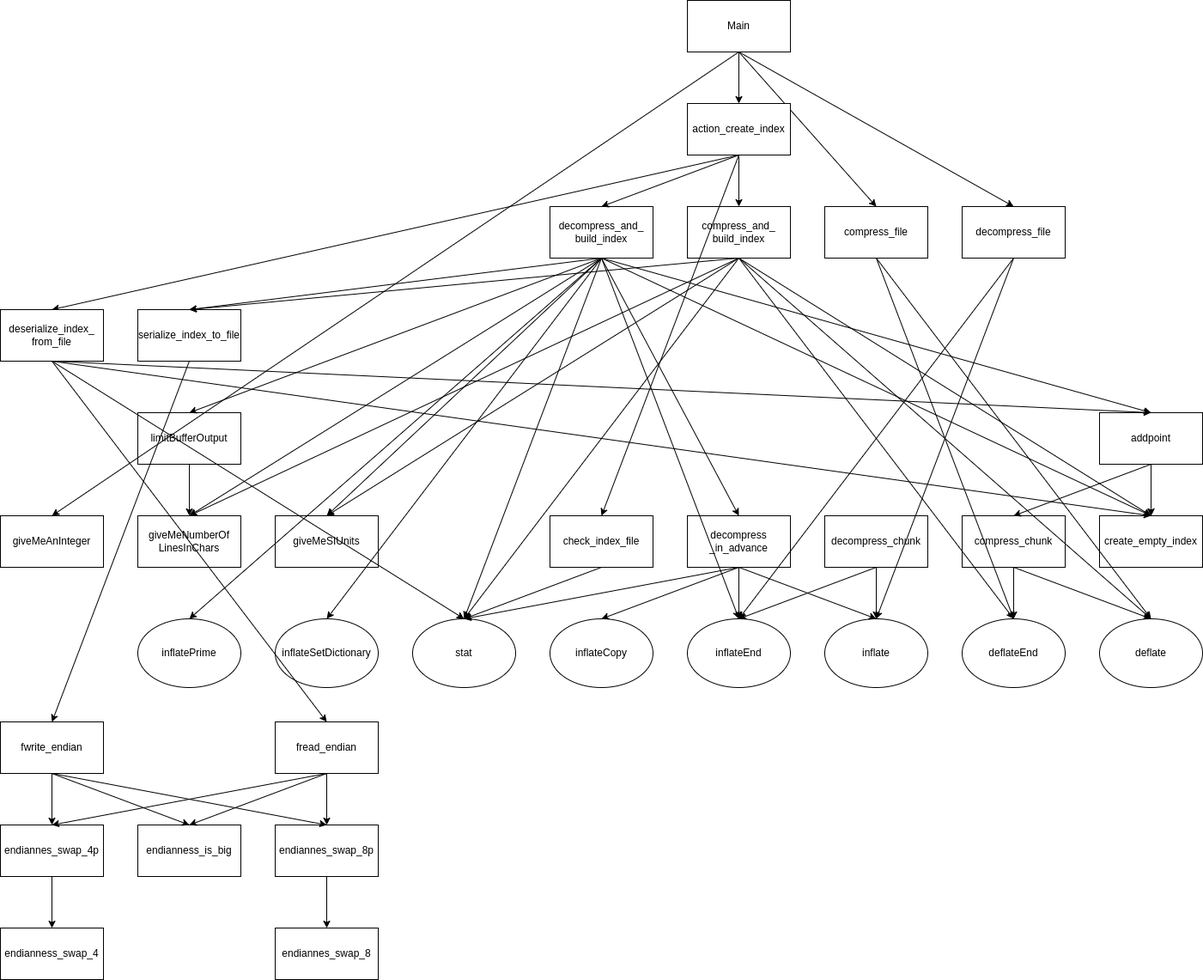
Above: program flow.drawio.png in Quantumzhao/ParallelParsing (draw.io), before the change. Source tidied: cells renumbered, new cells last; positions are measured from the earlier drawing's top-left corner, leaving out a move shared by most shapes.
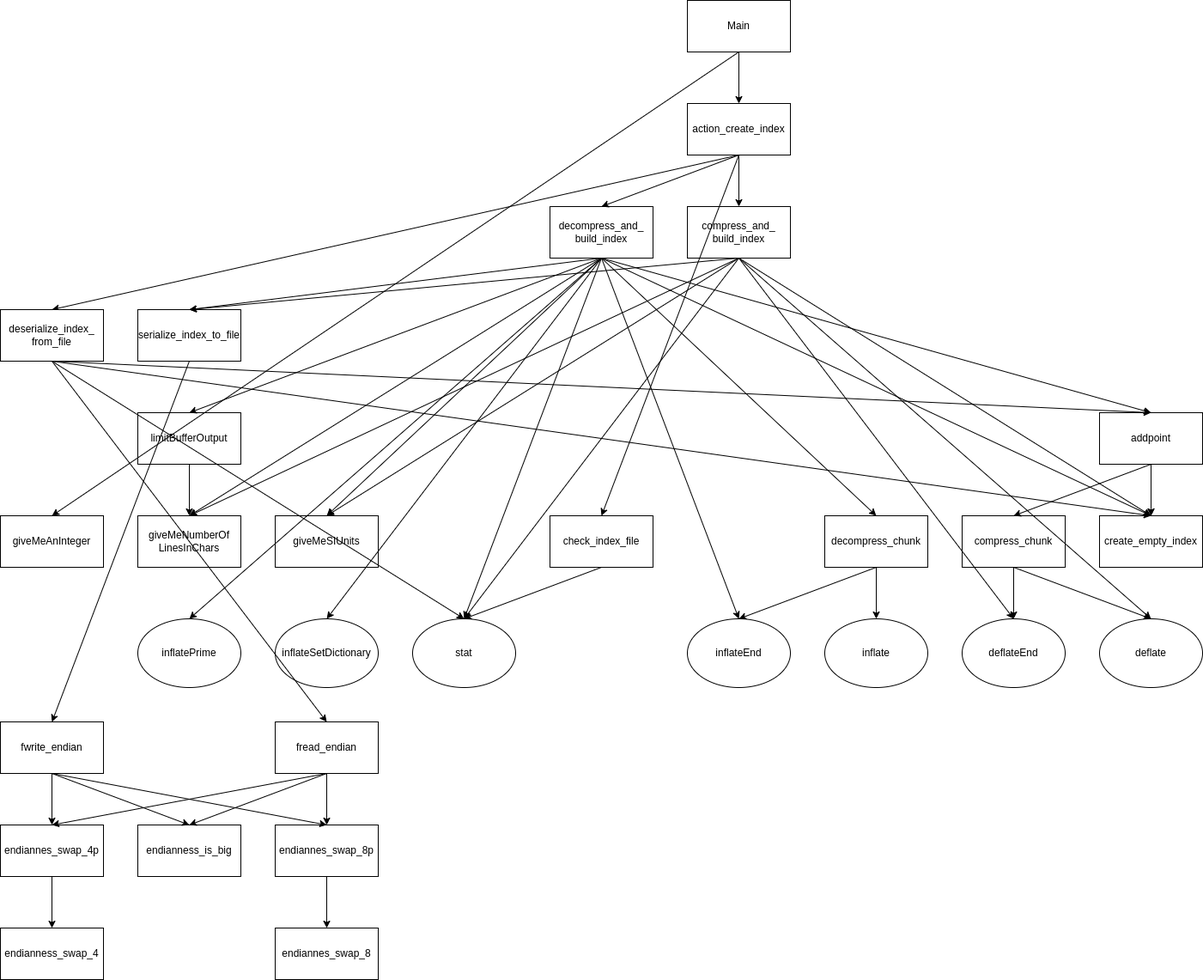
The same diagram one commit later.

What changed in the source:
```diff
@@ -5,24 +5,9 @@
     <mxCell id="2" value="limitBufferOutput" style="rounded=0;whiteSpace=wrap;html=1;" parent="1" vertex="1">
       <mxGeometry x="160" y="480" width="120" height="60" as="geometry" />
     </mxCell>
-    <mxCell id="3" value="decompress&lt;br&gt;_in_advance" style="rounded=0;whiteSpace=wrap;html=1;" parent="1" vertex="1">
-      <mxGeometry x="800" y="600" width="120" height="60" as="geometry" />
-    </mxCell>
     <mxCell id="4" value="decompress_chunk" style="rounded=0;whiteSpace=wrap;html=1;" parent="1" vertex="1">
       <mxGeometry x="960" y="600" width="120" height="60" as="geometry" />
     </mxCell>
-    <mxCell id="5" style="edgeStyle=none;rounded=0;jettySize=auto;html=1;exitX=0.5;exitY=1;exitDx=0;exitDy=0;entryX=0.5;entryY=0;entryDx=0;entryDy=0;" parent="1" edge="1" source="7" target="23">
-      <mxGeometry relative="1" as="geometry" />
-    </mxCell>
-    <mxCell id="6" style="edgeStyle=none;rounded=0;jettySize=auto;html=1;exitX=0.5;exitY=1;exitDx=0;exitDy=0;entryX=0.5;entryY=0;entryDx=0;entryDy=0;" parent="1" edge="1" source="7" target="24">
-      <mxGeometry relative="1" as="geometry" />
-    </mxCell>
-    <mxCell id="7" value="decompress_file" style="rounded=0;whiteSpace=wrap;html=1;" parent="1" vertex="1">
-      <mxGeometry x="1120" y="240" width="120" height="60" as="geometry" />
-    </mxCell>
-    <mxCell id="8" value="compress_file" style="rounded=0;whiteSpace=wrap;html=1;" parent="1" vertex="1">
-      <mxGeometry x="960" y="240" width="120" height="60" as="geometry" />
-    </mxCell>
     <mxCell id="9" value="addpoint" style="rounded=0;whiteSpace=wrap;html=1;" parent="1" vertex="1">
       <mxGeometry x="1280" y="480" width="120" height="60" as="geometry" />
     </mxCell>
@@ -32,12 +17,6 @@
     <mxCell id="11" style="edgeStyle=none;rounded=0;jettySize=auto;html=1;exitX=0.5;exitY=1;exitDx=0;exitDy=0;entryX=0.5;entryY=0;entryDx=0;entryDy=0;" parent="1" edge="1" source="14" target="84">
       <mxGeometry relative="1" as="geometry" />
     </mxCell>
-    <mxCell id="12" style="edgeStyle=none;rounded=0;jettySize=auto;html=1;exitX=0.5;exitY=1;exitDx=0;exitDy=0;entryX=0.5;entryY=0;entryDx=0;entryDy=0;" parent="1" edge="1" source="14" target="8">
-      <mxGeometry relative="1" as="geometry" />
-    </mxCell>
-    <mxCell id="13" style="edgeStyle=none;rounded=0;jettySize=auto;html=1;exitX=0.5;exitY=1;exitDx=0;exitDy=0;entryX=0.5;entryY=0;entryDx=0;entryDy=0;" parent="1" edge="1" source="14" target="7">
-      <mxGeometry relative="1" as="geometry" />
-    </mxCell>
     <mxCell id="14" value="Main" style="rounded=0;whiteSpace=wrap;html=1;" parent="1" vertex="1">
       <mxGeometry x="800" width="120" height="60" as="geometry" />
     </mxCell>
@@ -95,21 +74,6 @@
     <mxCell id="32" value="stat" style="ellipse;whiteSpace=wrap;html=1;" parent="1" vertex="1">
       <mxGeometry x="480" y="720" width="120" height="80" as="geometry" />
     </mxCell>
-    <mxCell id="33" style="edgeStyle=none;rounded=0;jettySize=auto;html=1;exitX=0.5;exitY=1;exitDx=0;exitDy=0;entryX=0.5;entryY=0;entryDx=0;entryDy=0;" parent="1" edge="1" source="3" target="37">
-      <mxGeometry relative="1" as="geometry" />
-    </mxCell>
-    <mxCell id="34" style="edgeStyle=none;rounded=0;jettySize=auto;html=1;exitX=0.5;exitY=1;exitDx=0;exitDy=0;entryX=0.5;entryY=0;entryDx=0;entryDy=0;" parent="1" edge="1" source="3" target="32">
-      <mxGeometry relative="1" as="geometry" />
-    </mxCell>
-    <mxCell id="35" style="edgeStyle=none;rounded=0;jettySize=auto;html=1;exitX=0.5;exitY=1;exitDx=0;exitDy=0;entryX=0.5;entryY=0;entryDx=0;entryDy=0;" parent="1" edge="1" source="3" target="23">
-      <mxGeometry relative="1" as="geometry" />
-    </mxCell>
-    <mxCell id="36" style="edgeStyle=none;rounded=0;jettySize=auto;html=1;exitX=0.5;exitY=1;exitDx=0;exitDy=0;entryX=0.5;entryY=0;entryDx=0;entryDy=0;" parent="1" edge="1" source="3" target="24">
-      <mxGeometry relative="1" as="geometry" />
-    </mxCell>
-    <mxCell id="37" value="inflateCopy" style="ellipse;whiteSpace=wrap;html=1;" parent="1" vertex="1">
-      <mxGeometry x="640" y="720" width="120" height="80" as="geometry" />
-    </mxCell>
     <mxCell id="38" value="giveMeNumberOf&lt;br&gt;LinesInChars" style="rounded=0;whiteSpace=wrap;html=1;" parent="1" vertex="1">
       <mxGeometry x="160" y="600" width="120" height="60" as="geometry" />
     </mxCell>
@@ -128,9 +92,6 @@
     <mxCell id="43" style="edgeStyle=none;rounded=0;jettySize=auto;html=1;exitX=0.5;exitY=1;exitDx=0;exitDy=0;entryX=0.5;entryY=0;entryDx=0;entryDy=0;" parent="1" edge="1" source="51" target="32">
       <mxGeometry relative="1" as="geometry" />
     </mxCell>
-    <mxCell id="44" style="rounded=0;jettySize=auto;html=1;exitX=0.5;exitY=1;exitDx=0;exitDy=0;entryX=0.5;entryY=0;entryDx=0;entryDy=0;" parent="1" edge="1" source="51" target="3">
-      <mxGeometry relative="1" as="geometry" />
-    </mxCell>
     <mxCell id="45" style="edgeStyle=none;rounded=0;jettySize=auto;html=1;exitX=0.5;exitY=1;exitDx=0;exitDy=0;entryX=0.5;entryY=0;entryDx=0;entryDy=0;" parent="1" edge="1" source="51" target="23">
       <mxGeometry relative="1" as="geometry" />
     </mxCell>
@@ -149,6 +110,9 @@
     <mxCell id="50" style="edgeStyle=none;rounded=0;jettySize=auto;html=1;exitX=0.5;exitY=1;exitDx=0;exitDy=0;entryX=0.5;entryY=0;entryDx=0;entryDy=0;" parent="1" edge="1" source="51" target="15">
       <mxGeometry relative="1" as="geometry" />
     </mxCell>
+    <mxCell id="91" style="rounded=0;jettySize=auto;html=1;exitX=0.5;exitY=1;exitDx=0;exitDy=0;entryX=0.5;entryY=0;entryDx=0;entryDy=0;" parent="1" edge="1" source="51" target="4">
+      <mxGeometry relative="1" as="geometry" />
+    </mxCell>
     <mxCell id="51" value="decompress_and_&lt;br&gt;build_index" style="rounded=0;whiteSpace=wrap;html=1;" parent="1" vertex="1">
       <mxGeometry x="640" y="240" width="120" height="60" as="geometry" />
     </mxCell>
@@ -206,12 +170,6 @@
     <mxCell id="69" value="fwrite_endian" style="rounded=0;whiteSpace=wrap;html=1;" parent="1" vertex="1">
       <mxGeometry y="840" width="120" height="60" as="geometry" />
     </mxCell>
-    <mxCell id="70" style="edgeStyle=none;rounded=0;jettySize=auto;html=1;exitX=0.5;exitY=1;exitDx=0;exitDy=0;entryX=0.5;entryY=0;entryDx=0;entryDy=0;" parent="1" edge="1" source="8" target="19">
-      <mxGeometry relative="1" as="geometry" />
-    </mxCell>
-    <mxCell id="71" style="edgeStyle=none;rounded=0;jettySize=auto;html=1;exitX=0.5;exitY=1;exitDx=0;exitDy=0;entryX=0.5;entryY=0;entryDx=0;entryDy=0;" parent="1" edge="1" source="8" target="20">
-      <mxGeometry relative="1" as="geometry" />
-    </mxCell>
     <mxCell id="72" style="edgeStyle=none;rounded=0;jettySize=auto;html=1;exitX=0.5;exitY=1;exitDx=0;exitDy=0;" parent="1" edge="1" source="79">
       <mxGeometry relative="1" as="geometry">
         <mxPoint x="1340" y="600" as="targetPoint" />
```
